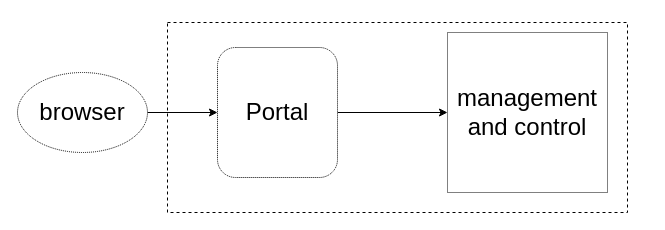
Earlier version of the draw.io diagram console_artic.drawio (guimingyue/drawio). Source tidied: cells renumbered, new cells numbered last; positions are measured from the earlier drawing's top-left corner, leaving out a move shared by most shapes. Both pictures are drawn from the tidied source at 100%, with x=0, y=0 at pixel (17, 22).
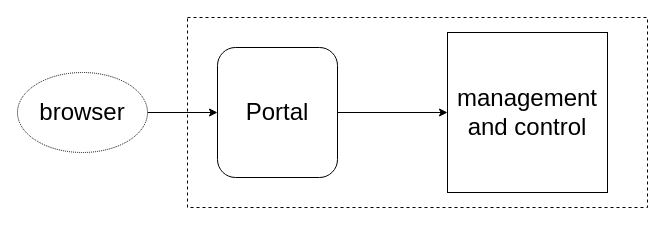
The same diagram, later.

Change to the diagram source:
```diff
@@
 <mxGraphModel>
   <root>
     <mxCell id="0" />
     <mxCell id="1" parent="0" />
     <mxCell id="2" style="edgeStyle=orthogonalEdgeStyle;rounded=0;jettySize=auto;html=1;entryX=0;entryY=0.5;entryDx=0;entryDy=0;" parent="1" edge="1" source="3" target="6">
       <mxGeometry relative="1" as="geometry" />
     </mxCell>
-    <mxCell id="3" value="&lt;font style=&quot;font-size: 24px&quot;&gt;Portal&lt;/font&gt;" style="rounded=1;whiteSpace=wrap;html=1;dashed=1;dashPattern=1 1;" parent="1" vertex="1">
+    <mxCell id="3" value="&lt;font style=&quot;font-size: 24px&quot;&gt;Portal&lt;/font&gt;" style="rounded=1;whiteSpace=wrap;html=1;" parent="1" vertex="1">
       <mxGeometry x="200" y="25" width="120" height="130" as="geometry" />
     </mxCell>
     <mxCell id="4" style="edgeStyle=orthogonalEdgeStyle;rounded=0;jettySize=auto;html=1;entryX=0;entryY=0.5;entryDx=0;entryDy=0;" parent="1" edge="1" source="5" target="3">
       <mxGeometry relative="1" as="geometry" />
     </mxCell>
     <mxCell id="5" value="&lt;font style=&quot;font-size: 24px&quot;&gt;browser&lt;/font&gt;" style="ellipse;whiteSpace=wrap;html=1;dashed=1;dashPattern=1 1;" parent="1" vertex="1">
       <mxGeometry y="50" width="130" height="80" as="geometry" />
     </mxCell>
-    <mxCell id="6" value="&lt;span&gt;&lt;font style=&quot;font-size: 24px&quot;&gt;management and control&lt;/font&gt;&lt;/span&gt;" style="whiteSpace=wrap;html=1;dashed=1;dashPattern=1 1;" parent="1" vertex="1">
+    <mxCell id="6" value="&lt;span&gt;&lt;font style=&quot;font-size: 24px&quot;&gt;management and control&lt;/font&gt;&lt;/span&gt;" style="whiteSpace=wrap;html=1;" parent="1" vertex="1">
       <mxGeometry x="430" y="10" width="160" height="160" as="geometry" />
     </mxCell>
     <mxCell id="7" style="rounded=0;whiteSpace=wrap;html=1;dashed=1;fillColor=none;" parent="1" vertex="1">
-      <mxGeometry x="150" width="460" height="190" as="geometry" />
+      <mxGeometry x="170" y="-5" width="460" height="190" as="geometry" />
     </mxCell>
   </root>
 </mxGraphModel>
```
